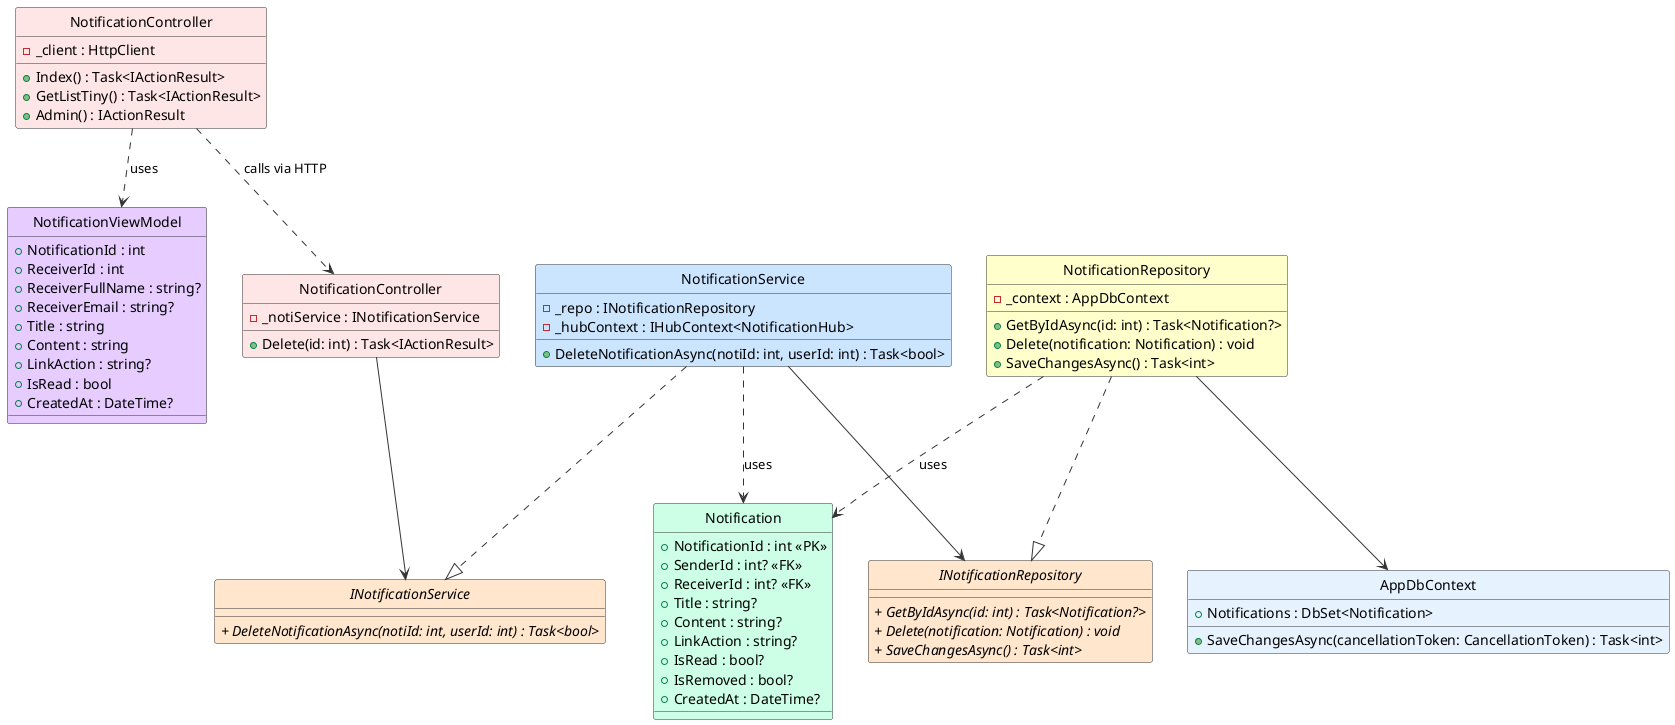
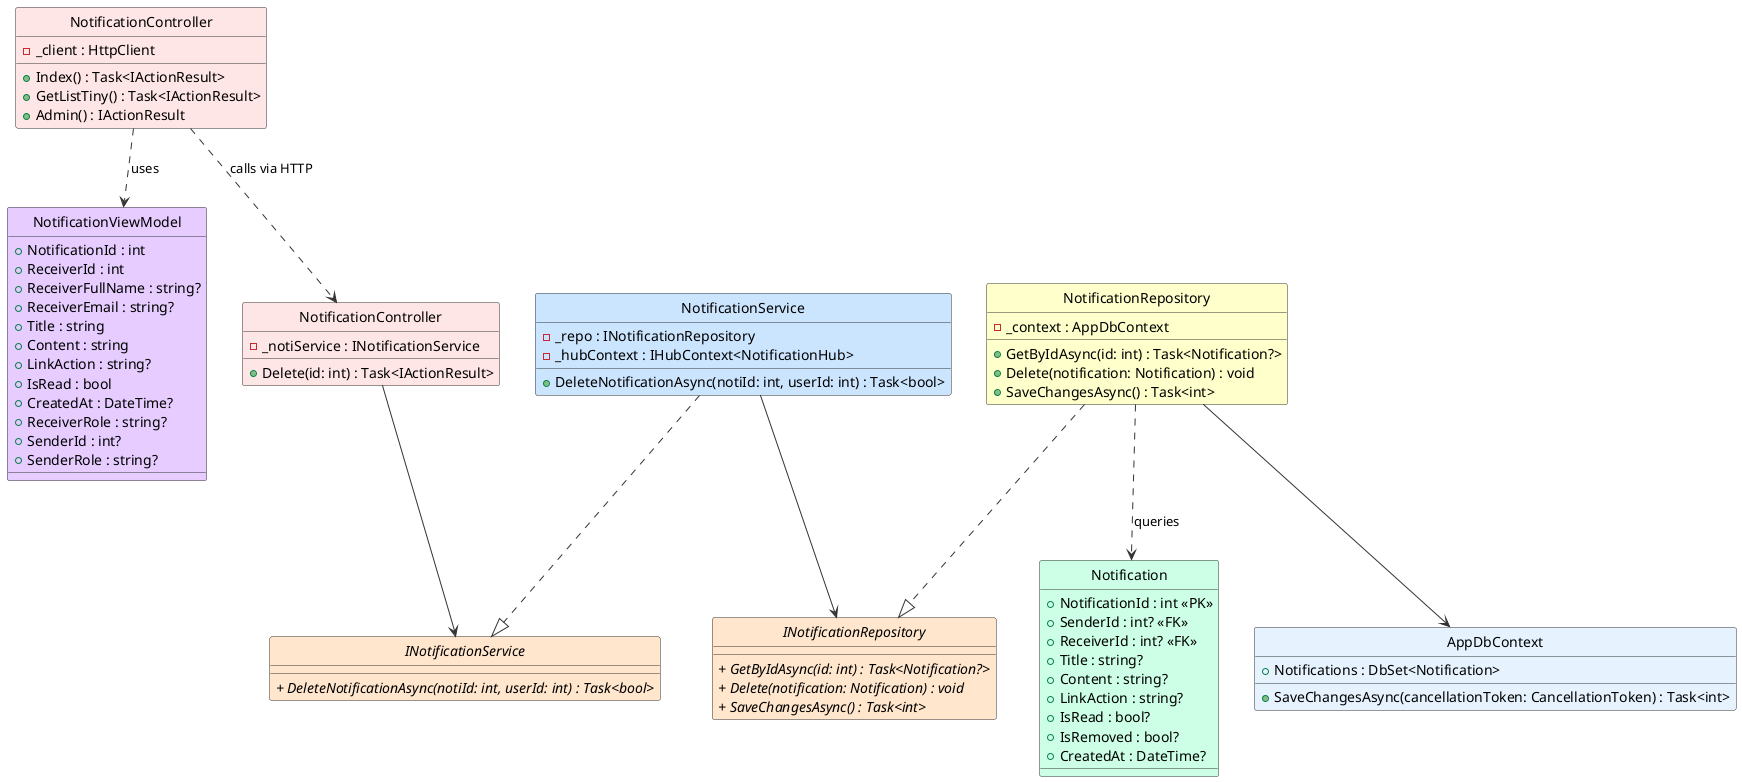
@startuml DeleteNotification_ClassDiagram

' Styling & Settings
skinparam style strictuml
skinparam shadowing false
skinparam class {
    BackgroundColor White
    BorderColor #1A73E8
    ArrowColor #5F6368
}

!define ABSTRACT_COLOR #FFE6CC
!define SERVICE_COLOR #CCE5FF
!define DTO_COLOR #E6CCFF
!define ENTITY_COLOR #CCFFE6
!define REPOSITORY_COLOR #FFFFCC
!define CONTROLLER_COLOR #FFE6E6
!define DbContext #E6F3FF

skinparam backgroundColor #FFFFFF
skinparam classBackgroundColor #F9F9F9
skinparam classBorderColor #333333
skinparam arrowColor #333333

' ==================== FRONTEND ====================

class "NotificationController" as NotificationControllerFE #FFE6E6 {
    - _client : HttpClient
    + Index() : Task<IActionResult>
    + GetListTiny() : Task<IActionResult>
    + Admin() : IActionResult
}

class NotificationViewModel #E6CCFF {
    + NotificationId : int
    + ReceiverId : int
    + ReceiverFullName : string?
    + ReceiverEmail : string?
    + Title : string
    + Content : string
    + LinkAction : string?
    + IsRead : bool
    + CreatedAt : DateTime?
+     + ReceiverRole : string?
+     + SenderId : int?
+     + SenderRole : string?
}

' ==================== BACKEND - CONTROLLER ====================

class "NotificationController" as NotificationControllerBE #FFE6E6 {
    - _notiService : INotificationService
    + Delete(id: int) : Task<IActionResult>
}

' ==================== BACKEND - DOMAIN ENTITIES ====================

class Notification #CCFFE6 {
    + NotificationId : int <<PK>>
    + SenderId : int? <<FK>>
    + ReceiverId : int? <<FK>>
    + Title : string?
    + Content : string?
    + LinkAction : string?
    + IsRead : bool?
    + IsRemoved : bool?
    + CreatedAt : DateTime?
}

' ==================== BACKEND - SERVICE INTERFACES ====================

interface INotificationService #FFE6CC {
    //+ DeleteNotificationAsync(notiId: int, userId: int) : Task<bool>//
}

' ==================== BACKEND - REPOSITORY INTERFACES ====================

interface INotificationRepository #FFE6CC {
    //+ GetByIdAsync(id: int) : Task<Notification?>//
    //+ Delete(notification: Notification) : void//
    //+ SaveChangesAsync() : Task<int>//
}

' ==================== BACKEND - SERVICE IMPLEMENTATION ====================

class NotificationService #CCE5FF {
    - _repo : INotificationRepository
    - _hubContext : IHubContext<NotificationHub>
    + DeleteNotificationAsync(notiId: int, userId: int) : Task<bool>
}

' ==================== BACKEND - REPOSITORY IMPLEMENTATION ====================

class NotificationRepository #FFFFCC {
    - _context : AppDbContext
    + GetByIdAsync(id: int) : Task<Notification?>
    + Delete(notification: Notification) : void
    + SaveChangesAsync() : Task<int>
}

' ==================== BACKEND - DbContext ====================

class AppDbContext #E6F3FF {
    + Notifications : DbSet<Notification>
    + SaveChangesAsync(cancellationToken: CancellationToken) : Task<int>
}

' ==================== RELATIONSHIPS ====================

' === UNIDIRECTIONAL ASSOCIATION ===
NotificationControllerBE --> INotificationService
NotificationService --> INotificationRepository
NotificationRepository --> AppDbContext

' === INTERFACE REALIZATION ===
NotificationService ..|> INotificationService
NotificationRepository ..|> INotificationRepository

' === DEPENDENCY ===
NotificationControllerFE ..> NotificationControllerBE : calls via HTTP
NotificationControllerFE ..> NotificationViewModel : uses
- NotificationService ..> Notification : uses
- NotificationRepository ..> Notification : uses
+ NotificationRepository ..> Notification : queries

@enduml
